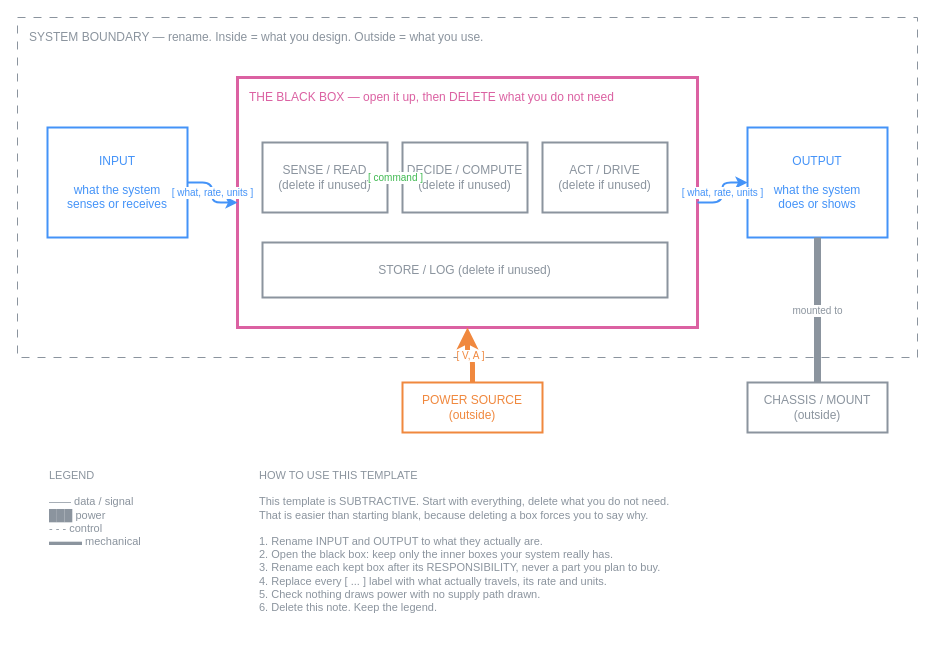
Before: 02-concepts/diagrams/starter-template.drawio in rithvin-us/Team-Asterix-System-Design-Notes, a draw.io diagram. Source tidied: cells renumbered, new cells numbered last; positions are measured from the earlier drawing's top-left corner, leaving out a move shared by most shapes. Both pictures are drawn from the tidied source at 100%, with x=0, y=0 at pixel (17, 17).
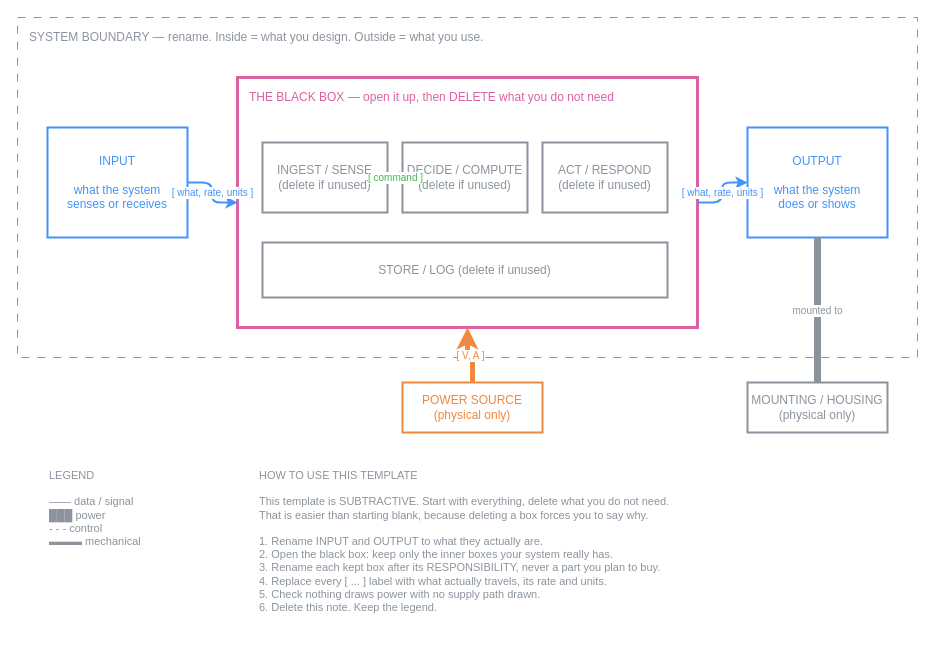
The same diagram, later.

The edit, as a diff of the source:
```diff
@@
 <mxGraphModel>
   <root>
     <mxCell id="0" />
     <mxCell id="1" parent="0" />
     <mxCell id="2" value="SYSTEM BOUNDARY — rename. Inside = what you design. Outside = what you use." style="rounded=0;whiteSpace=wrap;html=1;dashed=1;dashPattern=8 8;fillColor=none;strokeColor=#8b949e;fontColor=#8b949e;verticalAlign=top;align=left;spacingLeft=10;spacingTop=6;fontSize=12;" parent="1" vertex="1">
       <mxGeometry width="900" height="340" as="geometry" />
     </mxCell>
     <mxCell id="3" value="INPUT&#10;&#10;what the system&#10;senses or receives" style="rounded=0;whiteSpace=wrap;html=1;fillColor=none;strokeWidth=2;strokeColor=#4493f8;fontColor=#4493f8;" parent="1" vertex="1">
       <mxGeometry x="30" y="110" width="140" height="110" as="geometry" />
     </mxCell>
     <mxCell id="4" value="THE BLACK BOX — open it up, then DELETE what you do not need" style="rounded=0;whiteSpace=wrap;html=1;fillColor=none;strokeWidth=3;strokeColor=#db61a2;fontColor=#db61a2;verticalAlign=top;align=left;spacingLeft=10;spacingTop=6;fontSize=12;" parent="1" vertex="1">
       <mxGeometry x="220" y="60" width="460" height="250" as="geometry" />
     </mxCell>
     <mxCell id="5" value="OUTPUT&#10;&#10;what the system&#10;does or shows" style="rounded=0;whiteSpace=wrap;html=1;fillColor=none;strokeWidth=2;strokeColor=#4493f8;fontColor=#4493f8;" parent="1" vertex="1">
       <mxGeometry x="730" y="110" width="140" height="110" as="geometry" />
     </mxCell>
-    <mxCell id="6" value="SENSE / READ&#10;(delete if unused)" style="rounded=0;whiteSpace=wrap;html=1;fillColor=none;strokeWidth=2;strokeColor=#8b949e;fontColor=#8b949e;" parent="1" vertex="1">
+    <mxCell id="6" value="INGEST / SENSE&#10;(delete if unused)" style="rounded=0;whiteSpace=wrap;html=1;fillColor=none;strokeWidth=2;strokeColor=#8b949e;fontColor=#8b949e;" parent="1" vertex="1">
       <mxGeometry x="245" y="125" width="125" height="70" as="geometry" />
     </mxCell>
     <mxCell id="7" value="DECIDE / COMPUTE&#10;(delete if unused)" style="rounded=0;whiteSpace=wrap;html=1;fillColor=none;strokeWidth=2;strokeColor=#8b949e;fontColor=#8b949e;" parent="1" vertex="1">
       <mxGeometry x="385" y="125" width="125" height="70" as="geometry" />
     </mxCell>
-    <mxCell id="8" value="ACT / DRIVE&#10;(delete if unused)" style="rounded=0;whiteSpace=wrap;html=1;fillColor=none;strokeWidth=2;strokeColor=#8b949e;fontColor=#8b949e;" parent="1" vertex="1">
+    <mxCell id="8" value="ACT / RESPOND&#10;(delete if unused)" style="rounded=0;whiteSpace=wrap;html=1;fillColor=none;strokeWidth=2;strokeColor=#8b949e;fontColor=#8b949e;" parent="1" vertex="1">
       <mxGeometry x="525" y="125" width="125" height="70" as="geometry" />
     </mxCell>
     <mxCell id="9" value="STORE / LOG  (delete if unused)" style="rounded=0;whiteSpace=wrap;html=1;fillColor=none;strokeWidth=2;strokeColor=#8b949e;fontColor=#8b949e;" parent="1" vertex="1">
       <mxGeometry x="245" y="225" width="405" height="55" as="geometry" />
     </mxCell>
-    <mxCell id="10" value="POWER SOURCE&#10;(outside)" style="rounded=0;whiteSpace=wrap;html=1;fillColor=none;strokeWidth=2;strokeColor=#f0883e;fontColor=#f0883e;" parent="1" vertex="1">
+    <mxCell id="10" value="POWER SOURCE&#10;(physical only)" style="rounded=0;whiteSpace=wrap;html=1;fillColor=none;strokeWidth=2;strokeColor=#f0883e;fontColor=#f0883e;" parent="1" vertex="1">
       <mxGeometry x="385" y="365" width="140" height="50" as="geometry" />
     </mxCell>
-    <mxCell id="11" value="CHASSIS / MOUNT&#10;(outside)" style="rounded=0;whiteSpace=wrap;html=1;fillColor=none;strokeWidth=2;strokeColor=#8b949e;fontColor=#8b949e;" parent="1" vertex="1">
+    <mxCell id="11" value="MOUNTING / HOUSING&#10;(physical only)" style="rounded=0;whiteSpace=wrap;html=1;fillColor=none;strokeWidth=2;strokeColor=#8b949e;fontColor=#8b949e;" parent="1" vertex="1">
       <mxGeometry x="730" y="365" width="140" height="50" as="geometry" />
     </mxCell>
     <mxCell id="12" value="[ what, rate, units ]" style="edgeStyle=orthogonalEdgeStyle;html=1;strokeColor=#4493f8;strokeWidth=2;dashed=0;fontColor=#4493f8;fontSize=10;" parent="1" edge="1" source="3" target="4">
       <mxGeometry relative="1" as="geometry" />
     </mxCell>
     <mxCell id="13" value="[ what, rate, units ]" style="edgeStyle=orthogonalEdgeStyle;html=1;strokeColor=#4493f8;strokeWidth=2;dashed=0;fontColor=#4493f8;fontSize=10;" parent="1" edge="1" source="4" target="5">
       <mxGeometry relative="1" as="geometry" />
     </mxCell>
     <mxCell id="14" value="[ command ]" style="edgeStyle=orthogonalEdgeStyle;html=1;strokeColor=#3fb950;strokeWidth=2;dashed=1;fontColor=#3fb950;fontSize=10;" parent="1" edge="1" source="7" target="6">
       <mxGeometry relative="1" as="geometry" />
     </mxCell>
     <mxCell id="15" value="[ V, A ]" style="edgeStyle=orthogonalEdgeStyle;html=1;strokeColor=#f0883e;strokeWidth=5;dashed=0;fontColor=#f0883e;fontSize=10;" parent="1" edge="1" source="10" target="4">
       <mxGeometry relative="1" as="geometry" />
     </mxCell>
     <mxCell id="16" value="mounted to" style="edgeStyle=orthogonalEdgeStyle;html=1;strokeColor=#8b949e;strokeWidth=7;dashed=0;fontColor=#8b949e;fontSize=10;endArrow=none;" parent="1" edge="1" source="5" target="11">
       <mxGeometry relative="1" as="geometry" />
     </mxCell>
     <mxCell id="17" value="LEGEND&#10;&#10;—— data / signal&#10;███ power&#10;- - - control&#10;▬▬▬ mechanical" style="text;html=1;align=left;verticalAlign=top;fontColor=#8b949e;fontSize=11;" parent="1" vertex="1">
       <mxGeometry x="30" y="445" width="180" height="110" as="geometry" />
     </mxCell>
     <mxCell id="18" value="HOW TO USE THIS TEMPLATE&#10;&#10;This template is SUBTRACTIVE. Start with everything, delete what you do not need.&#10;That is easier than starting blank, because deleting a box forces you to say why.&#10;&#10;1. Rename INPUT and OUTPUT to what they actually are.&#10;2. Open the black box: keep only the inner boxes your system really has.&#10;3. Rename each kept box after its RESPONSIBILITY, never a part you plan to buy.&#10;4. Replace every [ ... ] label with what actually travels, its rate and units.&#10;5. Check nothing draws power with no supply path drawn.&#10;6. Delete this note. Keep the legend." style="text;html=1;align=left;verticalAlign=top;fontColor=#8b949e;fontSize=11;" parent="1" vertex="1">
       <mxGeometry x="240" y="445" width="640" height="180" as="geometry" />
     </mxCell>
   </root>
 </mxGraphModel>
```
